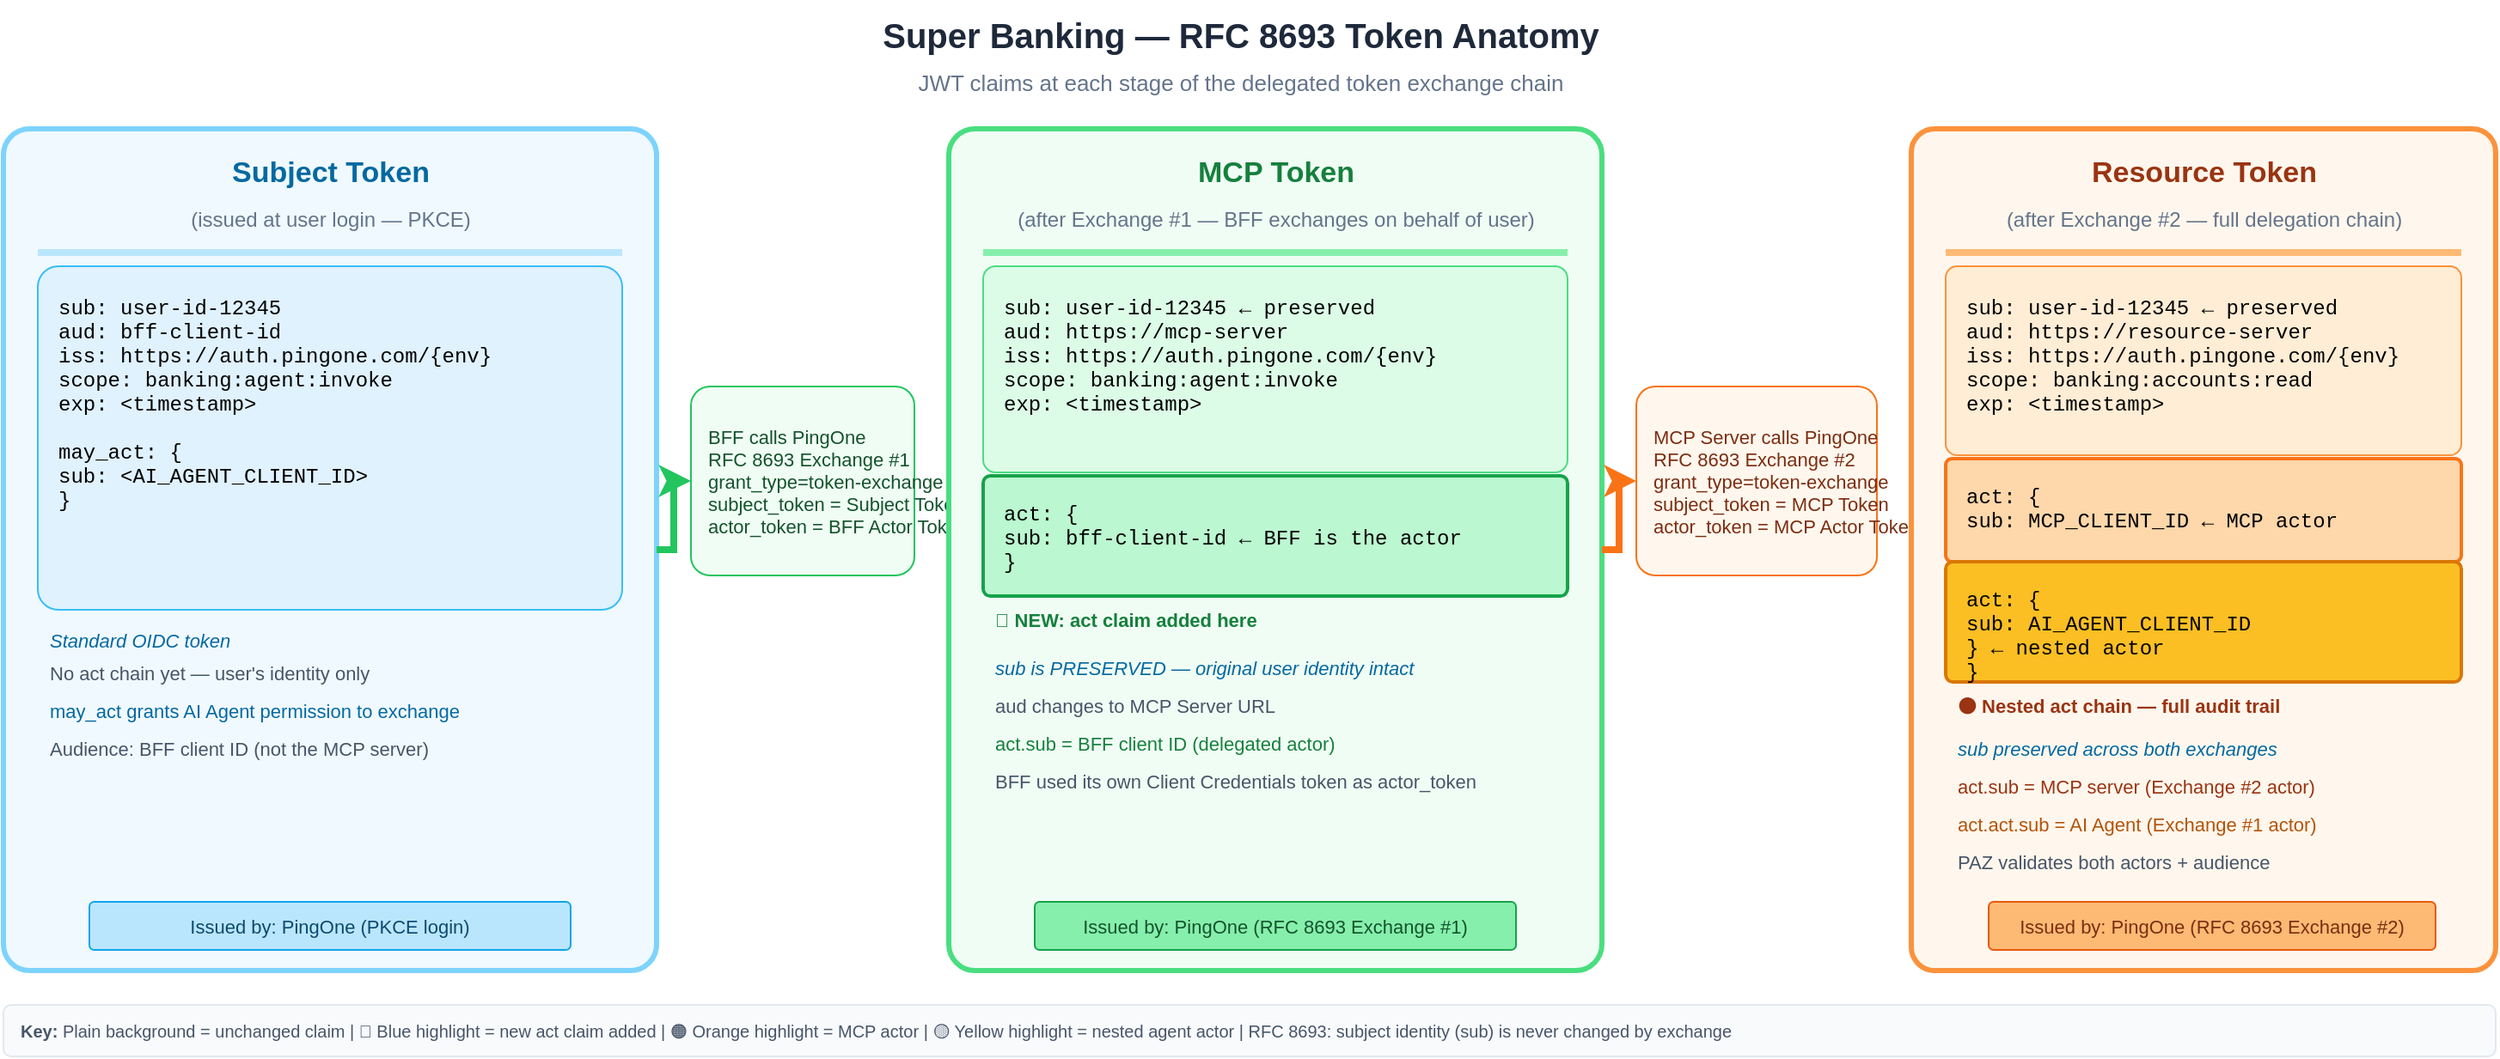
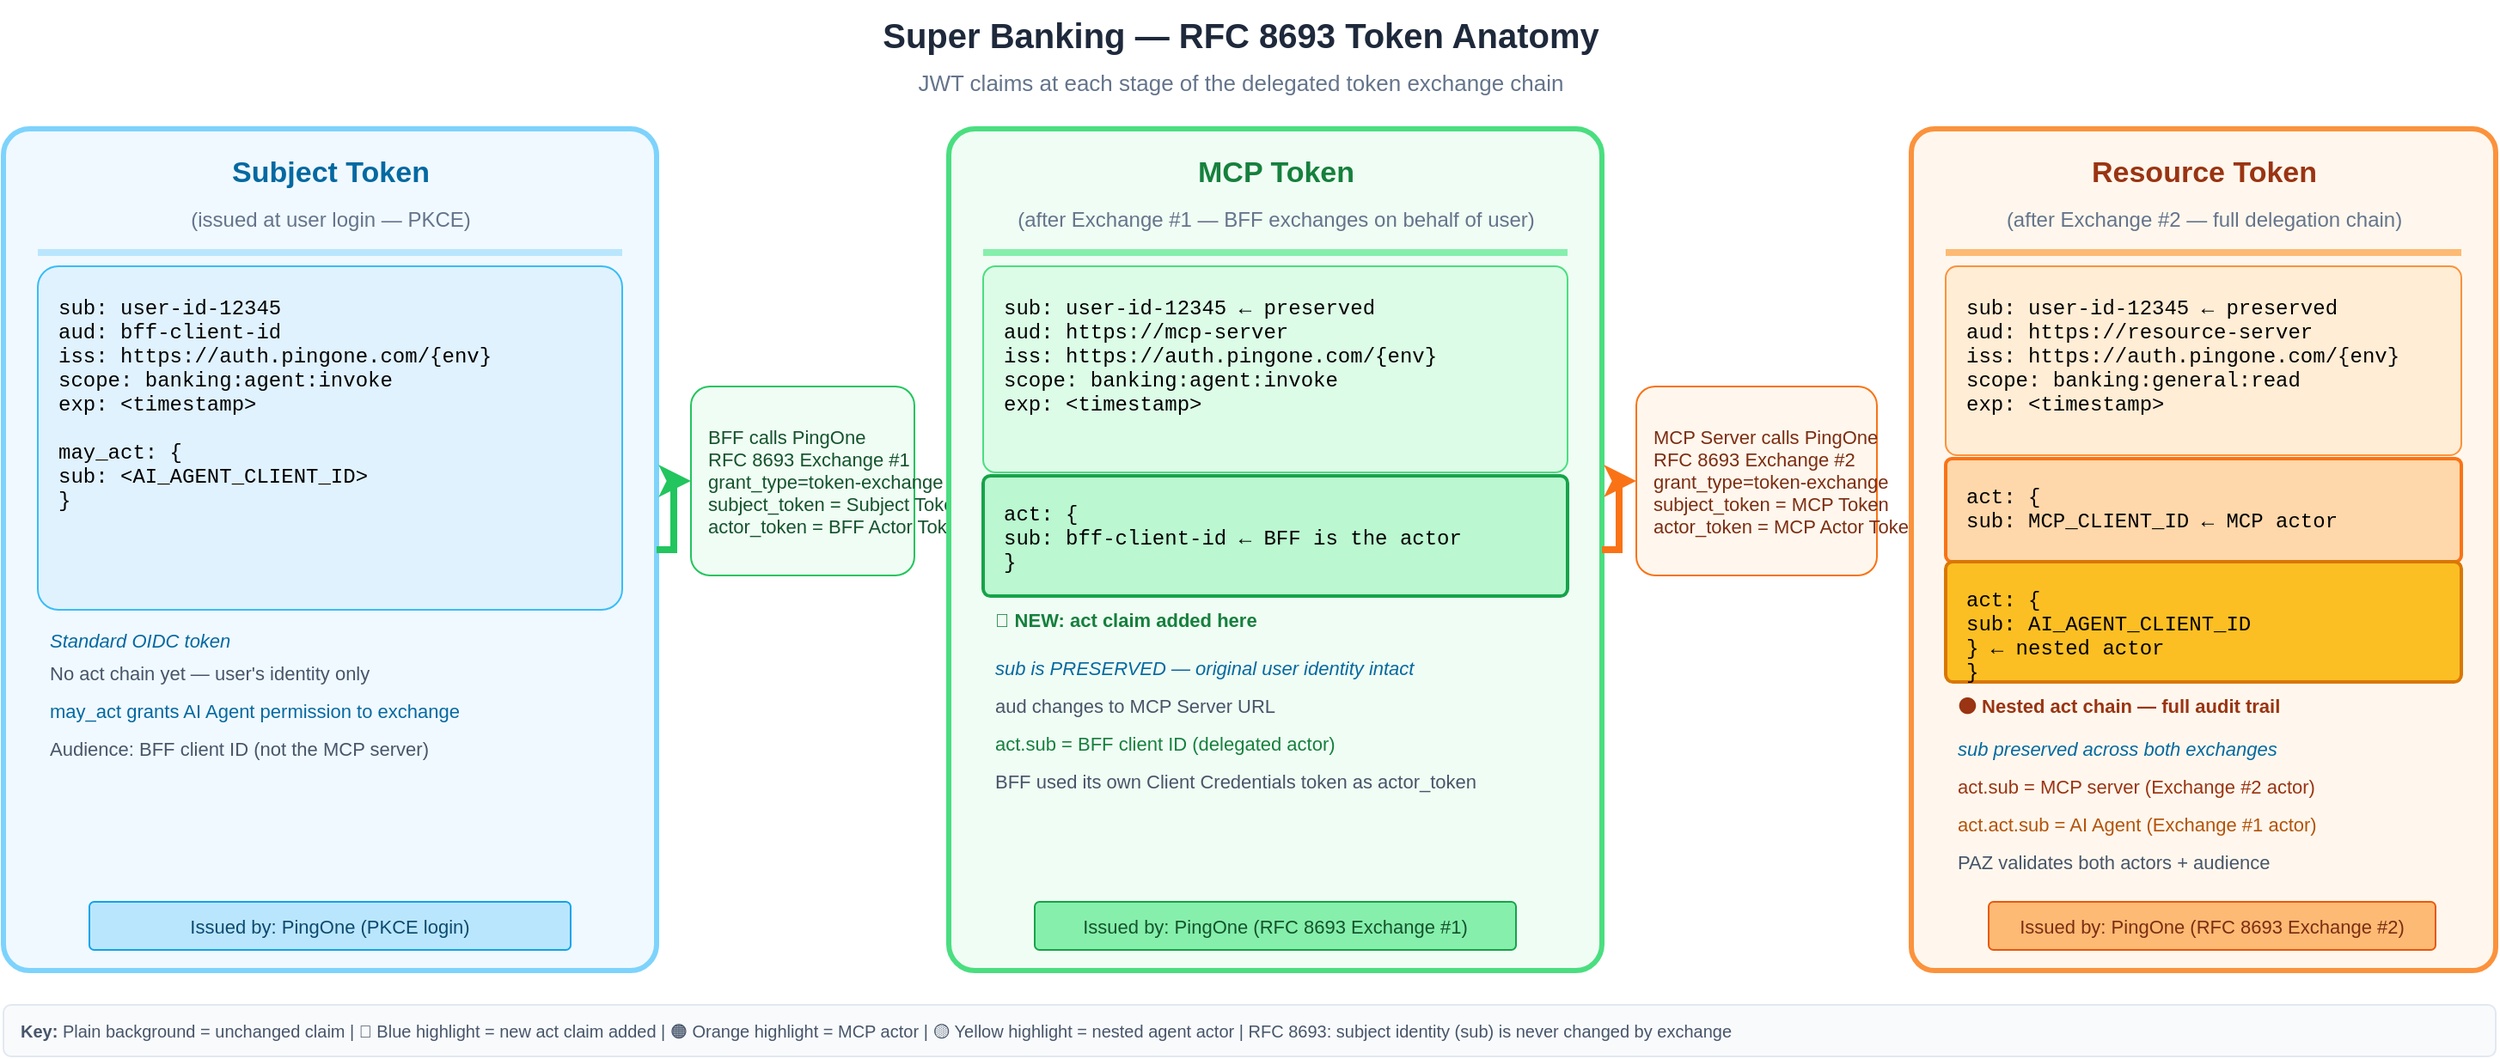
<mxGraphModel dx="1422" dy="762" grid="0" gridSize="10" guides="1" tooltips="1" connect="1" arrows="1" fold="1" page="0" pageScale="1" pageWidth="1500" pageHeight="680" math="0" shadow="0">
  <root>
    <mxCell id="0" />
    <mxCell id="1" parent="0" />

    <!-- Title -->
    <mxCell id="title" value="Super Banking — RFC 8693 Token Anatomy" style="text;html=1;strokeColor=none;fillColor=none;align=center;verticalAlign=middle;whiteSpace=wrap;rounded=0;fontSize=20;fontStyle=1;fontColor=#1e293b;" vertex="1" parent="1">
      <mxGeometry x="250" y="15" width="1000" height="40" as="geometry" />
    </mxCell>
    <mxCell id="subtitle" value="JWT claims at each stage of the delegated token exchange chain" style="text;html=1;strokeColor=none;fillColor=none;align=center;verticalAlign=middle;whiteSpace=wrap;rounded=0;fontSize=13;fontColor=#64748b;" vertex="1" parent="1">
      <mxGeometry x="250" y="50" width="1000" height="25" as="geometry" />
    </mxCell>

    <!-- ============================================================ -->
    <!-- Panel 1: Subject Token (Before Exchange) -->
    <!-- ============================================================ -->
    <mxCell id="p1-border" value="" style="rounded=1;arcSize=4;fillColor=#f0f9ff;strokeColor=#7dd3fc;strokeWidth=3;" vertex="1" parent="1">
      <mxGeometry x="30" y="90" width="380" height="490" as="geometry" />
    </mxCell>

    <mxCell id="p1-header" value="Subject Token" style="text;html=1;strokeColor=none;fillColor=none;align=center;verticalAlign=middle;fontSize=17;fontStyle=1;fontColor=#0369a1;" vertex="1" parent="1">
      <mxGeometry x="30" y="98" width="380" height="35" as="geometry" />
    </mxCell>
    <mxCell id="p1-subheader" value="(issued at user login — PKCE)" style="text;html=1;strokeColor=none;fillColor=none;align=center;verticalAlign=middle;fontSize=12;fontColor=#64748b;" vertex="1" parent="1">
      <mxGeometry x="30" y="130" width="380" height="25" as="geometry" />
    </mxCell>

    <!-- Divider -->
    <mxCell id="p1-div" value="" style="line;strokeColor=#bae6fd;" vertex="1" parent="1">
      <mxGeometry x="50" y="158" width="340" height="8" as="geometry" />
    </mxCell>

    <!-- Claims box P1 -->
    <mxCell id="p1-claims" value="sub: user-id-12345&#xa;aud: bff-client-id&#xa;iss: https://auth.pingone.com/{env}&#xa;scope: banking:agent:invoke&#xa;exp: &lt;timestamp&gt;&#xa;&#xa;may_act: {&#xa;  sub: &lt;AI_AGENT_CLIENT_ID&gt;&#xa;}" style="rounded=1;arcSize=6;fillColor=#e0f2fe;strokeColor=#38bdf8;fontSize=12;fontFamily=Courier New;align=left;spacingLeft=10;verticalAlign=top;spacingTop=10;" vertex="1" parent="1">
      <mxGeometry x="50" y="170" width="340" height="200" as="geometry" />
    </mxCell>

    <!-- Annotation P1 -->
    <mxCell id="p1-note1" value="Standard OIDC token" style="text;html=1;strokeColor=none;fillColor=none;align=left;verticalAlign=middle;fontSize=11;fontColor=#0369a1;fontStyle=2;" vertex="1" parent="1">
      <mxGeometry x="55" y="377" width="360" height="22" as="geometry" />
    </mxCell>
    <mxCell id="p1-note2" value="No act chain yet — user's identity only" style="text;html=1;strokeColor=none;fillColor=none;align=left;verticalAlign=middle;fontSize=11;fontColor=#475569;" vertex="1" parent="1">
      <mxGeometry x="55" y="396" width="360" height="22" as="geometry" />
    </mxCell>
    <mxCell id="p1-note3" value="may_act grants AI Agent permission to exchange" style="text;html=1;strokeColor=none;fillColor=none;align=left;verticalAlign=middle;fontSize=11;fontColor=#0369a1;" vertex="1" parent="1">
      <mxGeometry x="55" y="418" width="360" height="22" as="geometry" />
    </mxCell>
    <mxCell id="p1-note4" value="Audience: BFF client ID (not the MCP server)" style="text;html=1;strokeColor=none;fillColor=none;align=left;verticalAlign=middle;fontSize=11;fontColor=#475569;" vertex="1" parent="1">
      <mxGeometry x="55" y="440" width="360" height="22" as="geometry" />
    </mxCell>

    <!-- Issued-by label -->
    <mxCell id="p1-issuer" value="Issued by: PingOne (PKCE login)" style="rounded=1;arcSize=10;fillColor=#bae6fd;strokeColor=#0ea5e9;fontSize=11;fontColor=#0c4a6e;" vertex="1" parent="1">
      <mxGeometry x="80" y="540" width="280" height="28" as="geometry" />
    </mxCell>

    <!-- ============================================================ -->
    <!-- Arrow 1: Subject → MCP Token -->
    <!-- ============================================================ -->
    <mxCell id="arrow1-box" value="BFF calls PingOne&#xa;RFC 8693 Exchange #1&#xa;grant_type=token-exchange&#xa;subject_token = Subject Token&#xa;actor_token = BFF Actor Token (CC)" style="rounded=1;arcSize=10;fillColor=#f0fdf4;strokeColor=#22c55e;fontSize=11;fontColor=#14532d;align=left;spacingLeft=8;" vertex="1" parent="1">
      <mxGeometry x="430" y="240" width="130" height="110" as="geometry" />
    </mxCell>

    <!-- Arrow shaft 1 -->
    <mxCell id="arrow1-shaft" value="" style="edgeStyle=orthogonalEdgeStyle;rounded=0;strokeColor=#22c55e;strokeWidth=4;exitX=1;exitY=0.5;exitDx=0;exitDy=0;entryX=0;entryY=0.5;entryDx=0;entryDy=0;" edge="1" source="p1-border" target="arrow1-box" parent="1">
      <mxGeometry relative="1" as="geometry" />
    </mxCell>

    <!-- ============================================================ -->
    <!-- Panel 2: MCP Token (After Exchange #1) -->
    <!-- ============================================================ -->
    <mxCell id="p2-border" value="" style="rounded=1;arcSize=4;fillColor=#f0fdf4;strokeColor=#4ade80;strokeWidth=3;" vertex="1" parent="1">
      <mxGeometry x="580" y="90" width="380" height="490" as="geometry" />
    </mxCell>

    <mxCell id="p2-header" value="MCP Token" style="text;html=1;strokeColor=none;fillColor=none;align=center;verticalAlign=middle;fontSize=17;fontStyle=1;fontColor=#15803d;" vertex="1" parent="1">
      <mxGeometry x="580" y="98" width="380" height="35" as="geometry" />
    </mxCell>
    <mxCell id="p2-subheader" value="(after Exchange #1 — BFF exchanges on behalf of user)" style="text;html=1;strokeColor=none;fillColor=none;align=center;verticalAlign=middle;fontSize=12;fontColor=#64748b;" vertex="1" parent="1">
      <mxGeometry x="580" y="130" width="380" height="25" as="geometry" />
    </mxCell>

    <mxCell id="p2-div" value="" style="line;strokeColor=#86efac;" vertex="1" parent="1">
      <mxGeometry x="600" y="158" width="340" height="8" as="geometry" />
    </mxCell>

    <!-- Claims box P2 -->
    <mxCell id="p2-claims" value="sub: user-id-12345       ← preserved&#xa;aud: https://mcp-server&#xa;iss: https://auth.pingone.com/{env}&#xa;scope: banking:agent:invoke&#xa;exp: &lt;timestamp&gt;&#xa;&#xa;" style="rounded=1;arcSize=6;fillColor=#dcfce7;strokeColor=#4ade80;fontSize=12;fontFamily=Courier New;align=left;spacingLeft=10;verticalAlign=top;spacingTop=10;" vertex="1" parent="1">
      <mxGeometry x="600" y="170" width="340" height="120" as="geometry" />
    </mxCell>

    <!-- act highlight P2 -->
    <mxCell id="p2-act-highlight" value="act: {&#xa;  sub: bff-client-id    ← BFF is the actor&#xa;}" style="rounded=1;arcSize=6;fillColor=#bbf7d0;strokeColor=#16a34a;strokeWidth=2;fontSize=12;fontFamily=Courier New;align=left;spacingLeft=10;verticalAlign=top;spacingTop=8;" vertex="1" parent="1">
      <mxGeometry x="600" y="292" width="340" height="70" as="geometry" />
    </mxCell>

    <!-- act label -->
    <mxCell id="p2-act-label" value="🔵 NEW: act claim added here" style="text;html=1;strokeColor=none;fillColor=none;align=left;verticalAlign=middle;fontSize=11;fontColor=#15803d;fontStyle=1;" vertex="1" parent="1">
      <mxGeometry x="605" y="365" width="360" height="22" as="geometry" />
    </mxCell>

    <!-- Annotations P2 -->
    <mxCell id="p2-note1" value="sub is PRESERVED — original user identity intact" style="text;html=1;strokeColor=none;fillColor=none;align=left;verticalAlign=middle;fontSize=11;fontColor=#0369a1;fontStyle=2;" vertex="1" parent="1">
      <mxGeometry x="605" y="393" width="360" height="22" as="geometry" />
    </mxCell>
    <mxCell id="p2-note2" value="aud changes to MCP Server URL" style="text;html=1;strokeColor=none;fillColor=none;align=left;verticalAlign=middle;fontSize=11;fontColor=#475569;" vertex="1" parent="1">
      <mxGeometry x="605" y="415" width="360" height="22" as="geometry" />
    </mxCell>
    <mxCell id="p2-note3" value="act.sub = BFF client ID (delegated actor)" style="text;html=1;strokeColor=none;fillColor=none;align=left;verticalAlign=middle;fontSize=11;fontColor=#15803d;" vertex="1" parent="1">
      <mxGeometry x="605" y="437" width="360" height="22" as="geometry" />
    </mxCell>
    <mxCell id="p2-note4" value="BFF used its own Client Credentials token as actor_token" style="text;html=1;strokeColor=none;fillColor=none;align=left;verticalAlign=middle;fontSize=11;fontColor=#475569;" vertex="1" parent="1">
      <mxGeometry x="605" y="459" width="360" height="22" as="geometry" />
    </mxCell>

    <mxCell id="p2-issuer" value="Issued by: PingOne (RFC 8693 Exchange #1)" style="rounded=1;arcSize=10;fillColor=#86efac;strokeColor=#16a34a;fontSize=11;fontColor=#14532d;" vertex="1" parent="1">
      <mxGeometry x="630" y="540" width="280" height="28" as="geometry" />
    </mxCell>

    <!-- ============================================================ -->
    <!-- Arrow 2: MCP → Resource Token -->
    <!-- ============================================================ -->
    <mxCell id="arrow2-box" value="MCP Server calls PingOne&#xa;RFC 8693 Exchange #2&#xa;grant_type=token-exchange&#xa;subject_token = MCP Token&#xa;actor_token = MCP Actor Token (CC)" style="rounded=1;arcSize=10;fillColor=#fff7ed;strokeColor=#f97316;fontSize=11;fontColor=#7c2d12;align=left;spacingLeft=8;" vertex="1" parent="1">
      <mxGeometry x="980" y="240" width="140" height="110" as="geometry" />
    </mxCell>

    <mxCell id="arrow2-shaft" value="" style="edgeStyle=orthogonalEdgeStyle;rounded=0;strokeColor=#f97316;strokeWidth=4;exitX=1;exitY=0.5;exitDx=0;exitDy=0;entryX=0;entryY=0.5;entryDx=0;entryDy=0;" edge="1" source="p2-border" target="arrow2-box" parent="1">
      <mxGeometry relative="1" as="geometry" />
    </mxCell>

    <!-- ============================================================ -->
    <!-- Panel 3: Resource Token (After Exchange #2) -->
    <!-- ============================================================ -->
    <mxCell id="p3-border" value="" style="rounded=1;arcSize=4;fillColor=#fff7ed;strokeColor=#fb923c;strokeWidth=3;" vertex="1" parent="1">
      <mxGeometry x="1140" y="90" width="340" height="490" as="geometry" />
    </mxCell>

    <mxCell id="p3-header" value="Resource Token" style="text;html=1;strokeColor=none;fillColor=none;align=center;verticalAlign=middle;fontSize=17;fontStyle=1;fontColor=#9a3412;" vertex="1" parent="1">
      <mxGeometry x="1140" y="98" width="340" height="35" as="geometry" />
    </mxCell>
    <mxCell id="p3-subheader" value="(after Exchange #2 — full delegation chain)" style="text;html=1;strokeColor=none;fillColor=none;align=center;verticalAlign=middle;fontSize=12;fontColor=#64748b;" vertex="1" parent="1">
      <mxGeometry x="1140" y="130" width="340" height="25" as="geometry" />
    </mxCell>

    <mxCell id="p3-div" value="" style="line;strokeColor=#fdba74;" vertex="1" parent="1">
      <mxGeometry x="1160" y="158" width="300" height="8" as="geometry" />
    </mxCell>

    <!-- Claims box P3 -->
-     <mxCell id="p3-claims" value="sub: user-id-12345       ← preserved&#xa;aud: https://resource-server&#xa;iss: https://auth.pingone.com/{env}&#xa;scope: banking:accounts:read&#xa;exp: &lt;timestamp&gt;&#xa;&#xa;" style="rounded=1;arcSize=6;fillColor=#ffedd5;strokeColor=#fb923c;fontSize=12;fontFamily=Courier New;align=left;spacingLeft=10;verticalAlign=top;spacingTop=10;" vertex="1" parent="1">
+     <mxCell id="p3-claims" value="sub: user-id-12345       ← preserved&#xa;aud: https://resource-server&#xa;iss: https://auth.pingone.com/{env}&#xa;scope: banking:general:read&#xa;exp: &lt;timestamp&gt;&#xa;&#xa;" style="rounded=1;arcSize=6;fillColor=#ffedd5;strokeColor=#fb923c;fontSize=12;fontFamily=Courier New;align=left;spacingLeft=10;verticalAlign=top;spacingTop=10;" vertex="1" parent="1">
      <mxGeometry x="1160" y="170" width="300" height="110" as="geometry" />
    </mxCell>

    <!-- outer act highlight P3 -->
    <mxCell id="p3-act-outer" value="act: {&#xa;  sub: MCP_CLIENT_ID    ← MCP actor" style="rounded=1;arcSize=6;fillColor=#fed7aa;strokeColor=#f97316;strokeWidth=2;fontSize=12;fontFamily=Courier New;align=left;spacingLeft=10;verticalAlign=top;spacingTop=8;" vertex="1" parent="1">
      <mxGeometry x="1160" y="282" width="300" height="60" as="geometry" />
    </mxCell>

    <!-- inner act.act highlight P3 -->
    <mxCell id="p3-act-inner" value="  act: {&#xa;    sub: AI_AGENT_CLIENT_ID&#xa;  }             ← nested actor&#xa;}" style="rounded=1;arcSize=6;fillColor=#fbbf24;strokeColor=#d97706;strokeWidth=2;fontSize=12;fontFamily=Courier New;align=left;spacingLeft=10;verticalAlign=top;spacingTop=8;" vertex="1" parent="1">
      <mxGeometry x="1160" y="342" width="300" height="70" as="geometry" />
    </mxCell>

    <!-- Labels P3 -->
    <mxCell id="p3-act-label" value="🟠 Nested act chain — full audit trail" style="text;html=1;strokeColor=none;fillColor=none;align=left;verticalAlign=middle;fontSize=11;fontColor=#9a3412;fontStyle=1;" vertex="1" parent="1">
      <mxGeometry x="1165" y="415" width="305" height="22" as="geometry" />
    </mxCell>

    <mxCell id="p3-note1" value="sub preserved across both exchanges" style="text;html=1;strokeColor=none;fillColor=none;align=left;verticalAlign=middle;fontSize=11;fontColor=#0369a1;fontStyle=2;" vertex="1" parent="1">
      <mxGeometry x="1165" y="440" width="305" height="22" as="geometry" />
    </mxCell>
    <mxCell id="p3-note2" value="act.sub = MCP server (Exchange #2 actor)" style="text;html=1;strokeColor=none;fillColor=none;align=left;verticalAlign=middle;fontSize=11;fontColor=#9a3412;" vertex="1" parent="1">
      <mxGeometry x="1165" y="462" width="305" height="22" as="geometry" />
    </mxCell>
    <mxCell id="p3-note3" value="act.act.sub = AI Agent (Exchange #1 actor)" style="text;html=1;strokeColor=none;fillColor=none;align=left;verticalAlign=middle;fontSize=11;fontColor=#b45309;" vertex="1" parent="1">
      <mxGeometry x="1165" y="484" width="305" height="22" as="geometry" />
    </mxCell>
    <mxCell id="p3-note4" value="PAZ validates both actors + audience" style="text;html=1;strokeColor=none;fillColor=none;align=left;verticalAlign=middle;fontSize=11;fontColor=#475569;" vertex="1" parent="1">
      <mxGeometry x="1165" y="506" width="305" height="22" as="geometry" />
    </mxCell>

    <mxCell id="p3-issuer" value="Issued by: PingOne (RFC 8693 Exchange #2)" style="rounded=1;arcSize=10;fillColor=#fdba74;strokeColor=#ea580c;fontSize=11;fontColor=#7c2d12;" vertex="1" parent="1">
      <mxGeometry x="1185" y="540" width="260" height="28" as="geometry" />
    </mxCell>

    <!-- ============================================================ -->
    <!-- Legend bar at bottom -->
    <!-- ============================================================ -->
    <mxCell id="legend-bar" value="&lt;b&gt;Key:&lt;/b&gt;  Plain background = unchanged claim  |  🔵 Blue highlight = new act claim added  |  🟠 Orange highlight = MCP actor  |  🟡 Yellow highlight = nested agent actor  |  RFC 8693: subject identity (sub) is never changed by exchange" style="text;html=1;strokeColor=#e2e8f0;fillColor=#f8fafc;align=left;verticalAlign=middle;whiteSpace=wrap;rounded=1;fontSize=10;spacingLeft=8;fontColor=#475569;" vertex="1" parent="1">
      <mxGeometry x="30" y="600" width="1450" height="30" as="geometry" />
    </mxCell>

  </root>
</mxGraphModel>
